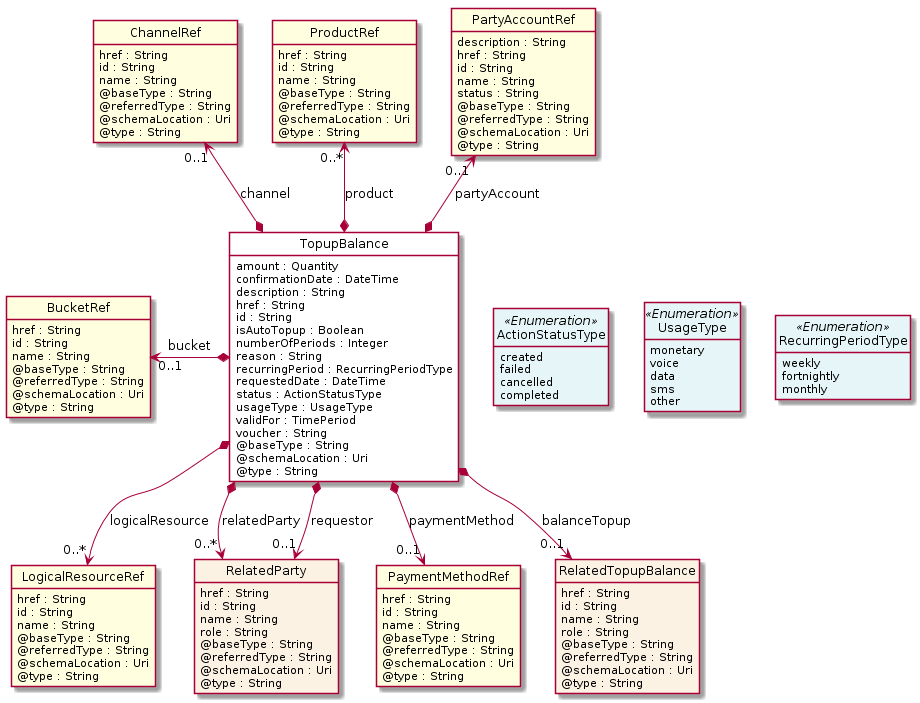
Earlier version of the PlantUML export apis/TMF654_PrepayBalance/documentation/diagrams/Resource_TopupBalance.png (tmforum-apis/Open_Api_And_Data_Model). Its diagram source:
```plantuml
@startuml
hide circle
hide methods
hide stereotype
show <<Enumeration>> stereotype
skinparam class {
   BackgroundColor<<Enumeration>> #E6F5F7
   BackgroundColor<<Ref>> #FFFFE0
   BackgroundColor<<Pivot>> #FFFFFFF
   BackgroundColor #FCF2E3
}

class TopupBalance  <<Pivot>> {
    amount : Quantity
    confirmationDate : DateTime
    description : String
    href : String
    id : String
    isAutoTopup : Boolean
    numberOfPeriods : Integer
    reason : String
    recurringPeriod : RecurringPeriodType
    requestedDate : DateTime
    status : ActionStatusType
    usageType : UsageType
    validFor : TimePeriod
    voucher : String
    @baseType : String
    @schemaLocation : Uri
    @type : String
}

class UsageType <<Enumeration>> {
    monetary
    voice
    data
    sms
    other
}

class RecurringPeriodType <<Enumeration>> {
    weekly
    fortnightly
    monthly
}

class ActionStatusType <<Enumeration>> {
    created
    failed
    cancelled
    completed
}

class ChannelRef  <<Ref>> {
    href : String
    id : String
    name : String
    @baseType : String
    @referredType : String
    @schemaLocation : Uri
    @type : String
}

class LogicalResourceRef  <<Ref>> {
    href : String
    id : String
    name : String
    @baseType : String
    @referredType : String
    @schemaLocation : Uri
    @type : String
}

class ProductRef  <<Ref>> {
    href : String
    id : String
    name : String
    @baseType : String
    @referredType : String
    @schemaLocation : Uri
    @type : String
}

class RelatedParty  {
    href : String
    id : String
    name : String
    role : String
    @baseType : String
    @referredType : String
    @schemaLocation : Uri
    @type : String
}

class BucketRef  <<Ref>> {
    href : String
    id : String
    name : String
    @baseType : String
    @referredType : String
    @schemaLocation : Uri
    @type : String
}

class PartyAccountRef  <<Ref>> {
    description : String
    href : String
    id : String
    name : String
    status : String
    @baseType : String
    @referredType : String
    @schemaLocation : Uri
    @type : String
}

class PaymentMethodRef  <<Ref>> {
    href : String
    id : String
    name : String
    @baseType : String
    @referredType : String
    @schemaLocation : Uri
    @type : String
}

class RelatedTopupBalance  {
    href : String
    id : String
    name : String
    role : String
    @baseType : String
    @referredType : String
    @schemaLocation : Uri
    @type : String
}

TopupBalance -right[hidden]-> ActionStatusType

ActionStatusType -right[hidden]-> UsageType

UsageType -right[hidden]-> RecurringPeriodType

BucketRef "0..1" <-left-* TopupBalance : bucket

ChannelRef "0..1" <--* TopupBalance : channel

ProductRef "0..*" <--* TopupBalance : product

PartyAccountRef "0..1" <--* TopupBalance : partyAccount

TopupBalance *-->  "0..1" PaymentMethodRef : paymentMethod

TopupBalance *-->  "0..*" RelatedParty : relatedParty

TopupBalance *-->  "0..1" RelatedParty : requestor

TopupBalance *-->  "0..1" RelatedTopupBalance : balanceTopup

TopupBalance *-->  "0..*" LogicalResourceRef : logicalResource

@enduml
```
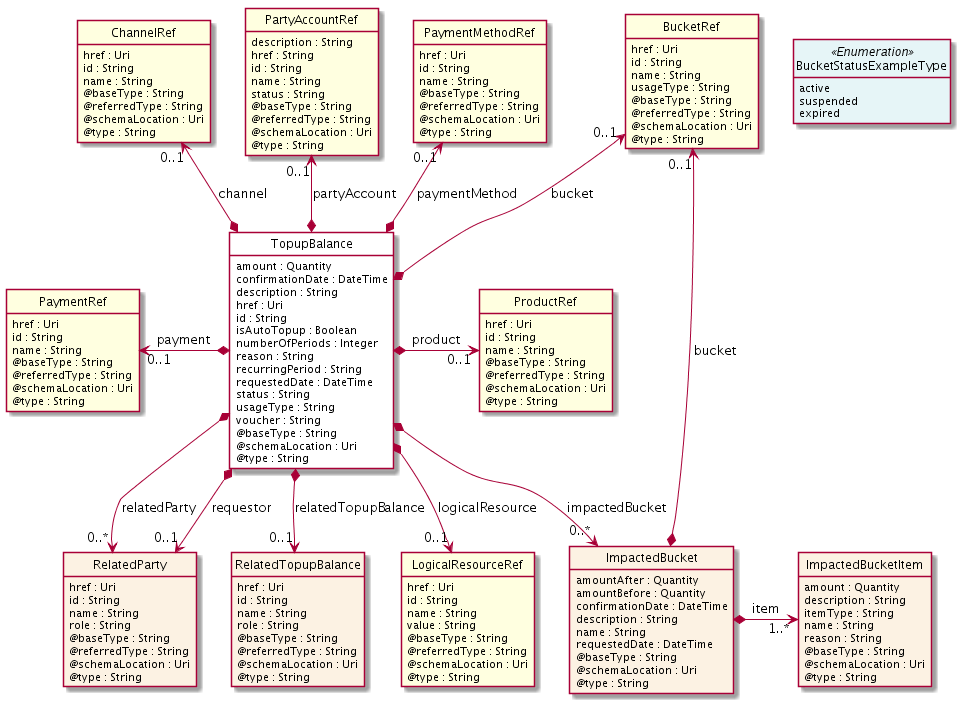
After the commit.

Change to the diagram source:
```diff
@@ -14,45 +14,29 @@
     amount : Quantity
     confirmationDate : DateTime
     description : String
-    href : String
+    href : Uri
     id : String
     isAutoTopup : Boolean
     numberOfPeriods : Integer
     reason : String
-    recurringPeriod : RecurringPeriodType
+    recurringPeriod : String
     requestedDate : DateTime
-    status : ActionStatusType
-    usageType : UsageType
-    validFor : TimePeriod
+    status : String
+    usageType : String
     voucher : String
     @baseType : String
     @schemaLocation : Uri
     @type : String
 }
 
-class UsageType <<Enumeration>> {
-    monetary
-    voice
-    data
-    sms
-    other
-}
-
-class RecurringPeriodType <<Enumeration>> {
-    weekly
-    fortnightly
-    monthly
-}
-
-class ActionStatusType <<Enumeration>> {
-    created
-    failed
-    cancelled
-    completed
+class BucketStatusExampleType <<Enumeration>> {
+    active
+    suspended
+    expired
 }
 
 class ChannelRef  <<Ref>> {
-    href : String
+    href : Uri
     id : String
     name : String
     @baseType : String
@@ -62,7 +46,29 @@
 }
 
 class LogicalResourceRef  <<Ref>> {
-    href : String
+    href : Uri
+    id : String
+    name : String
+    value : String
+    @baseType : String
+    @referredType : String
+    @schemaLocation : Uri
+    @type : String
+}
+
+class RelatedTopupBalance  {
+    href : Uri
+    id : String
+    name : String
+    role : String
+    @baseType : String
+    @referredType : String
+    @schemaLocation : Uri
+    @type : String
+}
+
+class PaymentRef  <<Ref>> {
+    href : Uri
     id : String
     name : String
     @baseType : String
@@ -71,8 +77,42 @@
     @type : String
 }
 
+class ImpactedBucket  {
+    amountAfter : Quantity
+    amountBefore : Quantity
+    confirmationDate : DateTime
+    description : String
+    name : String
+    requestedDate : DateTime
+    @baseType : String
+    @schemaLocation : Uri
+    @type : String
+}
+
+class BucketRef  <<Ref>> {
+    href : Uri
+    id : String
+    name : String
+    usageType : String
+    @baseType : String
+    @referredType : String
+    @schemaLocation : Uri
+    @type : String
+}
+
+class ImpactedBucketItem  {
+    amount : Quantity
+    description : String
+    itemType : String
+    name : String
+    reason : String
+    @baseType : String
+    @schemaLocation : Uri
+    @type : String
+}
+
 class ProductRef  <<Ref>> {
-    href : String
+    href : Uri
     id : String
     name : String
     @baseType : String
@@ -82,20 +122,10 @@
 }
 
 class RelatedParty  {
-    href : String
+    href : Uri
     id : String
     name : String
     role : String
-    @baseType : String
-    @referredType : String
-    @schemaLocation : Uri
-    @type : String
-}
-
-class BucketRef  <<Ref>> {
-    href : String
-    id : String
-    name : String
     @baseType : String
     @referredType : String
     @schemaLocation : Uri
@@ -115,7 +145,7 @@
 }
 
 class PaymentMethodRef  <<Ref>> {
-    href : String
+    href : Uri
     id : String
     name : String
     @baseType : String
@@ -124,39 +154,36 @@
     @type : String
 }
 
-class RelatedTopupBalance  {
-    href : String
-    id : String
-    name : String
-    role : String
-    @baseType : String
-    @referredType : String
-    @schemaLocation : Uri
-    @type : String
-}
+BucketRef "0..1" <--* TopupBalance : bucket
 
-TopupBalance -right[hidden]-> ActionStatusType
+TopupBalance *-->  "0..*" ImpactedBucket : impactedBucket
 
-ActionStatusType -right[hidden]-> UsageType
+ImpactedBucket *-right-> "1..*" ImpactedBucketItem : item
 
-UsageType -right[hidden]-> RecurringPeriodType
+BucketRef "0..1" <--* ImpactedBucket : bucket
 
-BucketRef "0..1" <-left-* TopupBalance : bucket
+PaymentRef "0..1" <-left-* TopupBalance : payment
+
+TopupBalance *-right-> "0..1" ProductRef : product
 
 ChannelRef "0..1" <--* TopupBalance : channel
 
-ProductRef "0..*" <--* TopupBalance : product
-
 PartyAccountRef "0..1" <--* TopupBalance : partyAccount
 
-TopupBalance *-->  "0..1" PaymentMethodRef : paymentMethod
+PaymentMethodRef "0..1" <--* TopupBalance : paymentMethod
+
+TopupBalance *-->  "0..1" LogicalResourceRef : logicalResource
+
+LogicalResourceRef -right[hidden]-> ImpactedBucket
+
+TopupBalance *-->  "0..1" RelatedTopupBalance : relatedTopupBalance
+
+RelatedTopupBalance -right[hidden]-> LogicalResourceRef
+
+TopupBalance *-->  "0..1" RelatedParty : requestor
 
 TopupBalance *-->  "0..*" RelatedParty : relatedParty
 
-TopupBalance *-->  "0..1" RelatedParty : requestor
-
-TopupBalance *-->  "0..1" RelatedTopupBalance : balanceTopup
-
-TopupBalance *-->  "0..*" LogicalResourceRef : logicalResource
+RelatedParty -right[hidden]-> RelatedTopupBalance
 
 @enduml
```
